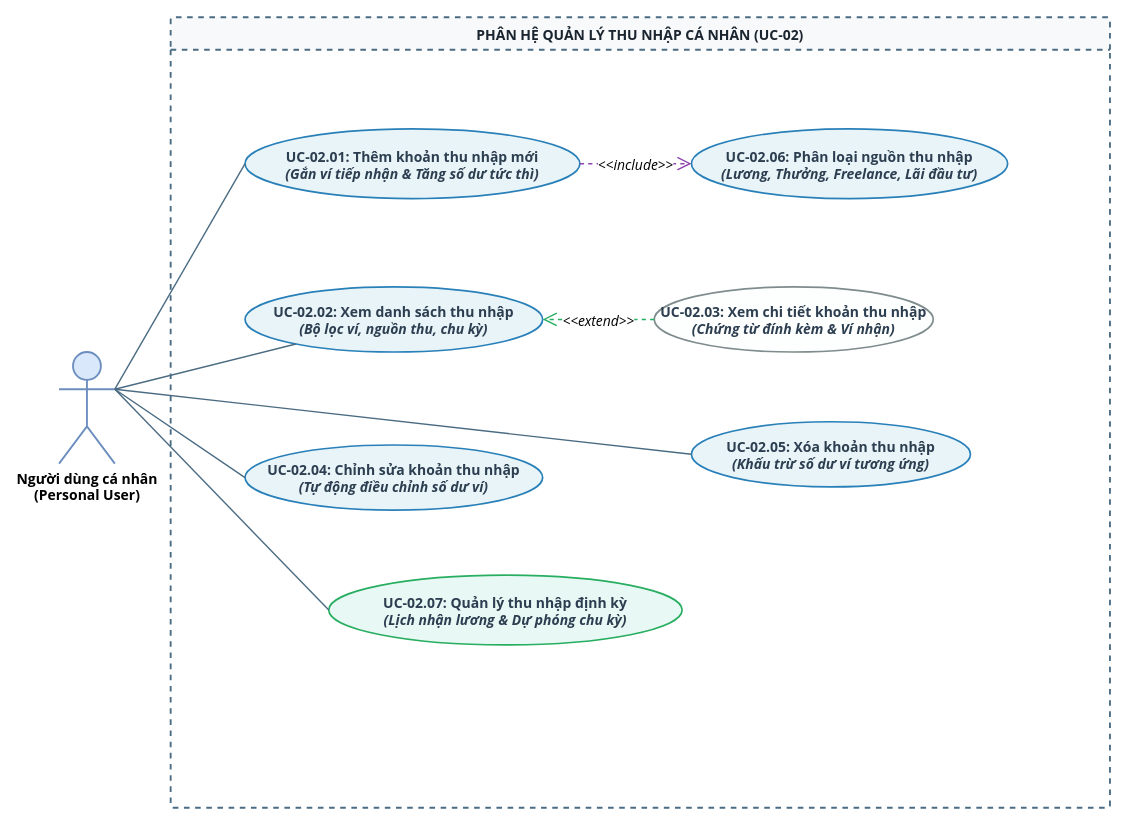
Datgh37/analyze-system-subject keeps this draw.io diagram as page "UCD 02 - Thu Nhập" (3 of 10) of files/UCD-DuoNoPro.drawio. Above is the earlier version. Source tidied: cells renumbered, new cells numbered last; positions are measured from the earlier drawing's top-left corner, leaving out a move shared by most shapes. Both pictures are drawn from the tidied source at 93%, with x=0, y=0 at pixel (59, 17).
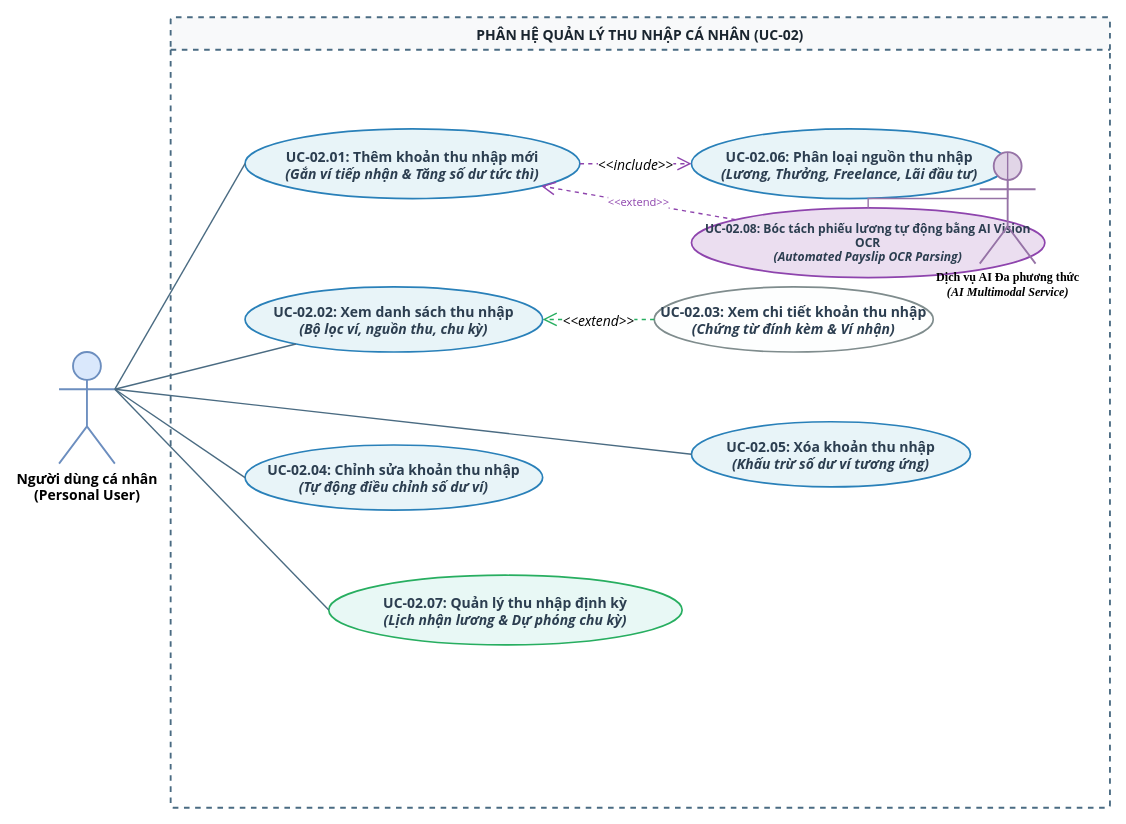
Above is the later version.

The change refers to these unchanged cells:
```xml
<mxCell id="3" value="PHÂN HỆ QUẢN LÝ THU NHẬP CÁ NHÂN (UC-02)" style="swimlane;whiteSpace=wrap;html=1;rounded=1;arcSize=3;fontFamily=Segoe UI, Arial, sans-serif;fontSize=15;fontStyle=1;startSize=35;fillColor=#f8f9fa;fontColor=#1a252f;strokeColor=#4a6b82;strokeWidth=2;dashed=1;" parent="1" vertex="1">
  <mxGeometry x="120" width="1010" height="850" as="geometry" />
</mxCell>
<mxCell id="4" value="&lt;b&gt;UC-02.01:&lt;/b&gt; Thêm khoản thu nhập mới&lt;br&gt;&lt;i&gt;(Gắn ví tiếp nhận &amp;amp; Tăng số dư tức thì)&lt;/i&gt;" style="ellipse;whiteSpace=wrap;html=1;fillColor=#e8f4f8;strokeColor=#2980b9;strokeWidth=1.8;fontFamily=Segoe UI, Arial, sans-serif;fontSize=15;fontStyle=1;fontColor=#2c3e50;" parent="3" vertex="1">
  <mxGeometry x="80" y="120" width="360" height="75" as="geometry" />
</mxCell>
```

Change to the diagram source:
```diff
@@
+    <mxCell id="18" value="&lt;b&gt;UC-02.08:&lt;/b&gt; Bóc tách phiếu lương tự động bằng AI Vision OCR&lt;br&gt;&lt;i&gt;(Automated Payslip OCR Parsing)&lt;/i&gt;" style="ellipse;whiteSpace=wrap;html=1;fillColor=#ebdef0;strokeColor=#8e44ad;strokeWidth=1.8;fontFamily=Segoe UI, Arial, sans-serif;fontSize=13;fontStyle=1;fontColor=#2c3e50;" parent="3" vertex="1">
+      <mxGeometry x="560" y="205" width="380" height="75" as="geometry" />
+    </mxCell>
@@
+    <mxCell id="19" value="&amp;lt;&amp;lt;extend&amp;gt;&amp;gt;" style="endArrow=open;endSize=12;dashed=1;html=1;strokeWidth=1.5;strokeColor=#8e44ad;fontFamily=Segoe UI, Arial, sans-serif;fontSize=12;fontColor=#8e44ad;" parent="1" edge="1" source="18" target="4">
+      <mxGeometry relative="1" as="geometry" />
+    </mxCell>
+    <mxCell id="20" value="&lt;b&gt;Dịch vụ AI Đa phương thức&lt;/b&gt;&lt;br&gt;&lt;i&gt;(AI Multimodal Service)&lt;/i&gt;" style="shape=umlActor;verticalLabelPosition=bottom;verticalAlign=top;html=1;outlineConnect=0;fillColor=#e1d5e7;strokeColor=#9673a6;strokeWidth=2;fontFamily=Times New Roman;fontSize=13;fontStyle=1;" parent="1" vertex="1">
+      <mxGeometry x="990" y="145" width="60" height="120" as="geometry" />
+    </mxCell>
+    <mxCell id="21" style="endArrow=none;html=1;strokeColor=#9673a6;strokeWidth=1.5;edgeStyle=orthogonalEdgeStyle;rounded=0;" parent="1" edge="1" source="18" target="20">
+      <mxGeometry relative="1" as="geometry" />
+    </mxCell>
```
